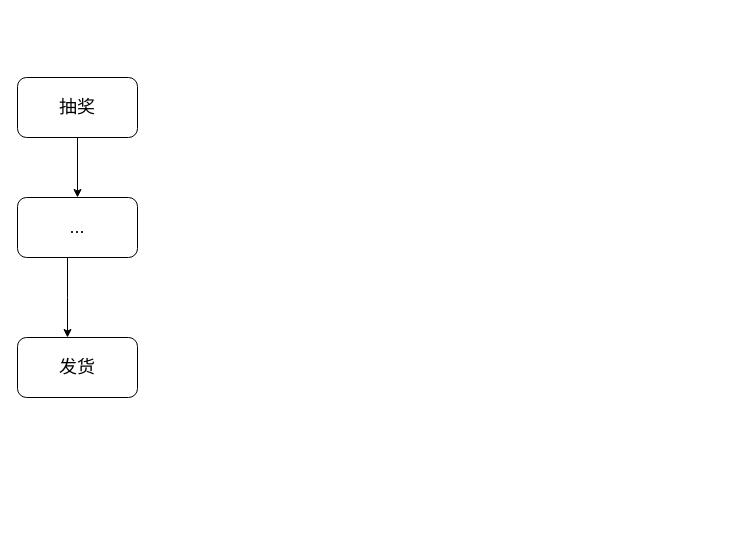
Before: 弱网发货.drawio in dingdu/7days-golang, a draw.io diagram. Source tidied: cells renumbered, new cells numbered last; positions are measured from the earlier drawing's top-left corner, leaving out a move shared by most shapes. Both pictures are drawn from the tidied source at 100%, with x=0, y=0 at pixel (17, 77).
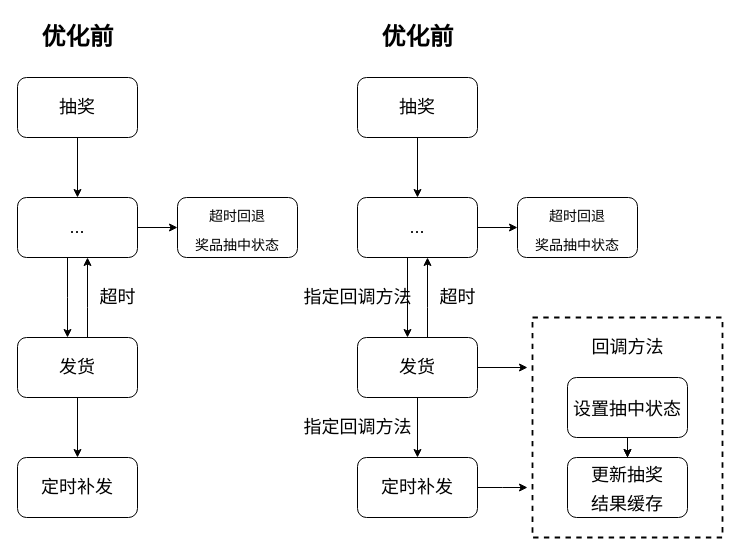
Above is the later version.

Commit message (it also covers changes not shown here):
更新弱网发货.drawio

The change refers to these unchanged cells:
```xml
<mxCell id="5" value="&lt;font style=&quot;font-size: 18px;&quot;&gt;...&lt;/font&gt;" style="rounded=1;whiteSpace=wrap;html=1;" parent="1" vertex="1">
  <mxGeometry y="120" width="120" height="60" as="geometry" />
</mxCell>
<mxCell id="6" value="&lt;font style=&quot;font-size: 18px;&quot;&gt;发货&lt;/font&gt;" style="rounded=1;whiteSpace=wrap;html=1;" parent="1" vertex="1">
  <mxGeometry y="260" width="120" height="60" as="geometry" />
</mxCell>
```

The edit, as a diff of the source:
```diff
@@
+    <mxCell id="7" style="edgeStyle=orthogonalEdgeStyle;rounded=0;jettySize=auto;html=1;fontSize=24;" parent="1" edge="1" source="5" target="13">
+      <mxGeometry relative="1" as="geometry" />
+    </mxCell>
@@
+    <mxCell id="8" style="edgeStyle=orthogonalEdgeStyle;rounded=0;jettySize=auto;html=1;fontSize=18;" parent="1" edge="1" source="6" target="5">
+      <mxGeometry relative="1" as="geometry">
+        <Array as="points">
+          <mxPoint x="70" y="230" />
+          <mxPoint x="70" y="230" />
+        </Array>
+      </mxGeometry>
+    </mxCell>
+    <mxCell id="9" style="edgeStyle=orthogonalEdgeStyle;rounded=0;jettySize=auto;html=1;fontSize=18;" parent="1" edge="1" source="6" target="11">
+      <mxGeometry relative="1" as="geometry" />
+    </mxCell>
@@
+    <mxCell id="10" value="超时" style="text;html=1;align=center;verticalAlign=middle;strokeColor=none;fillColor=none;fontSize=18;" parent="1" vertex="1">
+      <mxGeometry x="70" y="200" width="60" height="40" as="geometry" />
+    </mxCell>
+    <mxCell id="11" value="&lt;font style=&quot;font-size: 18px;&quot;&gt;定时补发&lt;/font&gt;" style="rounded=1;whiteSpace=wrap;html=1;" parent="1" vertex="1">
+      <mxGeometry y="380" width="120" height="60" as="geometry" />
+    </mxCell>
+    <mxCell id="12" value="&lt;b&gt;&lt;font style=&quot;font-size: 24px;&quot;&gt;优化前&lt;/font&gt;&lt;/b&gt;" style="text;html=1;align=center;verticalAlign=middle;strokeColor=none;fillColor=none;fontSize=18;" parent="1" vertex="1">
+      <mxGeometry x="10" y="-60" width="100" height="40" as="geometry" />
+    </mxCell>
+    <mxCell id="13" value="&lt;font style=&quot;font-size: 14px;&quot;&gt;超时回退&lt;br&gt;奖品抽中状态&lt;/font&gt;" style="rounded=1;whiteSpace=wrap;html=1;fontSize=24;" parent="1" vertex="1">
+      <mxGeometry x="160" y="120" width="120" height="60" as="geometry" />
+    </mxCell>
+    <mxCell id="14" style="edgeStyle=orthogonalEdgeStyle;rounded=0;jettySize=auto;html=1;fontSize=18;" parent="1" edge="1" source="15" target="18">
+      <mxGeometry relative="1" as="geometry" />
+    </mxCell>
+    <mxCell id="15" value="&lt;font style=&quot;font-size: 18px;&quot;&gt;抽奖&lt;/font&gt;" style="rounded=1;whiteSpace=wrap;html=1;" parent="1" vertex="1">
+      <mxGeometry x="340" width="120" height="60" as="geometry" />
+    </mxCell>
+    <mxCell id="16" style="edgeStyle=orthogonalEdgeStyle;rounded=0;jettySize=auto;html=1;fontSize=18;" parent="1" edge="1" source="18" target="21">
+      <mxGeometry relative="1" as="geometry">
+        <Array as="points">
+          <mxPoint x="390" y="220" />
+          <mxPoint x="390" y="220" />
+        </Array>
+      </mxGeometry>
+    </mxCell>
+    <mxCell id="17" style="edgeStyle=orthogonalEdgeStyle;rounded=0;jettySize=auto;html=1;fontSize=24;" parent="1" edge="1" source="18" target="26">
+      <mxGeometry relative="1" as="geometry" />
+    </mxCell>
+    <mxCell id="18" value="&lt;font style=&quot;font-size: 18px;&quot;&gt;...&lt;/font&gt;" style="rounded=1;whiteSpace=wrap;html=1;" parent="1" vertex="1">
+      <mxGeometry x="340" y="120" width="120" height="60" as="geometry" />
+    </mxCell>
+    <mxCell id="19" style="edgeStyle=orthogonalEdgeStyle;rounded=0;jettySize=auto;html=1;fontSize=18;" parent="1" edge="1" source="21" target="18">
+      <mxGeometry relative="1" as="geometry">
+        <Array as="points">
+          <mxPoint x="410" y="230" />
+          <mxPoint x="410" y="230" />
+        </Array>
+      </mxGeometry>
+    </mxCell>
+    <mxCell id="20" style="edgeStyle=orthogonalEdgeStyle;rounded=0;jettySize=auto;html=1;fontSize=18;" parent="1" edge="1" source="21" target="24">
+      <mxGeometry relative="1" as="geometry" />
+    </mxCell>
+    <mxCell id="21" value="&lt;font style=&quot;font-size: 18px;&quot;&gt;发货&lt;/font&gt;" style="rounded=1;whiteSpace=wrap;html=1;" parent="1" vertex="1">
+      <mxGeometry x="340" y="260" width="120" height="60" as="geometry" />
+    </mxCell>
+    <mxCell id="22" value="超时" style="text;html=1;align=center;verticalAlign=middle;strokeColor=none;fillColor=none;fontSize=18;" parent="1" vertex="1">
+      <mxGeometry x="410" y="200" width="60" height="40" as="geometry" />
+    </mxCell>
+    <mxCell id="23" style="edgeStyle=orthogonalEdgeStyle;rounded=0;jettySize=auto;html=1;fontSize=18;" parent="1" edge="1" source="24">
+      <mxGeometry relative="1" as="geometry">
+        <mxPoint x="510" y="410" as="targetPoint" />
+      </mxGeometry>
+    </mxCell>
+    <mxCell id="24" value="&lt;font style=&quot;font-size: 18px;&quot;&gt;定时补发&lt;/font&gt;" style="rounded=1;whiteSpace=wrap;html=1;" parent="1" vertex="1">
+      <mxGeometry x="340" y="380" width="120" height="60" as="geometry" />
+    </mxCell>
+    <mxCell id="25" value="&lt;b&gt;&lt;font style=&quot;font-size: 24px;&quot;&gt;优化前&lt;/font&gt;&lt;/b&gt;" style="text;html=1;align=center;verticalAlign=middle;strokeColor=none;fillColor=none;fontSize=18;" parent="1" vertex="1">
+      <mxGeometry x="350" y="-60" width="100" height="40" as="geometry" />
+    </mxCell>
+    <mxCell id="26" value="&lt;font style=&quot;font-size: 14px;&quot;&gt;超时回退&lt;br&gt;奖品抽中状态&lt;/font&gt;" style="rounded=1;whiteSpace=wrap;html=1;fontSize=24;" parent="1" vertex="1">
+      <mxGeometry x="500" y="120" width="120" height="60" as="geometry" />
+    </mxCell>
+    <mxCell id="27" value="&lt;font style=&quot;font-size: 18px;&quot;&gt;指定回调方法&lt;/font&gt;" style="text;html=1;align=center;verticalAlign=middle;strokeColor=none;fillColor=none;fontSize=14;" parent="1" vertex="1">
+      <mxGeometry x="275" y="200" width="130" height="40" as="geometry" />
+    </mxCell>
+    <mxCell id="28" value="&lt;font style=&quot;font-size: 18px;&quot;&gt;指定回调方法&lt;/font&gt;" style="text;html=1;align=center;verticalAlign=middle;strokeColor=none;fillColor=none;fontSize=14;" parent="1" vertex="1">
+      <mxGeometry x="275" y="330" width="130" height="40" as="geometry" />
+    </mxCell>
+    <mxCell id="29" style="edgeStyle=orthogonalEdgeStyle;rounded=0;jettySize=auto;html=1;fontSize=18;" parent="1" edge="1" source="32" target="33">
+      <mxGeometry relative="1" as="geometry" />
+    </mxCell>
+    <mxCell id="30" style="rounded=0;whiteSpace=wrap;html=1;fontSize=18;dashed=1;fillColor=#FFFFFF00;perimeterSpacing=1;strokeWidth=1.8;" parent="1" vertex="1">
+      <mxGeometry x="515" y="240" width="190" height="220" as="geometry" />
+    </mxCell>
+    <mxCell id="31" style="edgeStyle=orthogonalEdgeStyle;rounded=0;jettySize=auto;html=1;fontSize=18;" parent="1" edge="1" source="32" target="33">
+      <mxGeometry relative="1" as="geometry" />
+    </mxCell>
+    <mxCell id="32" value="&lt;font style=&quot;font-size: 18px;&quot;&gt;设置抽中状态&lt;/font&gt;" style="rounded=1;whiteSpace=wrap;html=1;fontSize=24;" parent="1" vertex="1">
+      <mxGeometry x="550" y="300" width="120" height="60" as="geometry" />
+    </mxCell>
+    <mxCell id="33" value="&lt;font style=&quot;font-size: 18px;&quot;&gt;更新抽奖&lt;br&gt;结果缓存&lt;/font&gt;" style="rounded=1;whiteSpace=wrap;html=1;fontSize=24;" parent="1" vertex="1">
+      <mxGeometry x="550" y="380" width="120" height="60" as="geometry" />
+    </mxCell>
+    <mxCell id="34" value="回调方法" style="text;html=1;align=center;verticalAlign=middle;strokeColor=none;fillColor=none;fontSize=18;" parent="1" vertex="1">
+      <mxGeometry x="560" y="250" width="100" height="40" as="geometry" />
+    </mxCell>
+    <mxCell id="35" style="edgeStyle=orthogonalEdgeStyle;rounded=0;orthogonalLoop=1;jettySize=auto;html=1;fontSize=18;" parent="1" edge="1">
+      <mxGeometry relative="1" as="geometry">
+        <mxPoint x="460" y="290" as="sourcePoint" />
+        <mxPoint x="510" y="290" as="targetPoint" />
+      </mxGeometry>
+    </mxCell>
```
